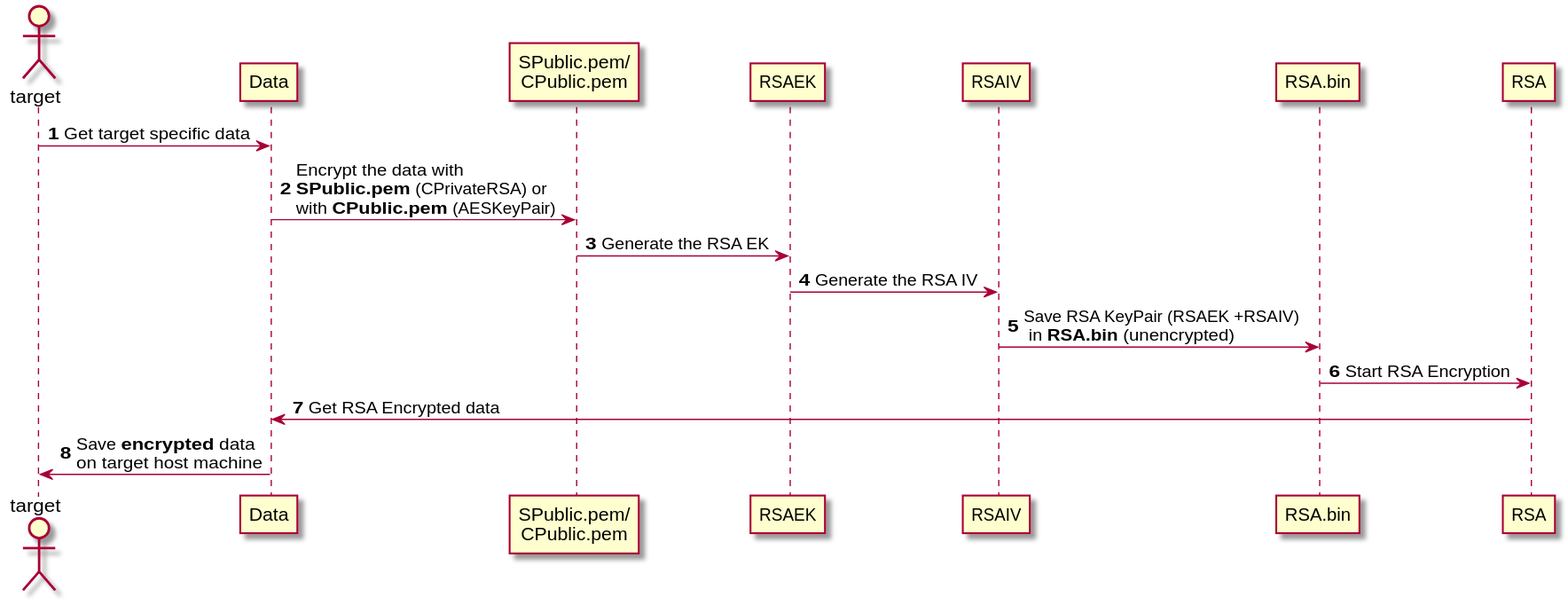
Above: architecture/sequence_diagrams/rsa.svg in bierschi/butterfly (PlantUML), before the change.
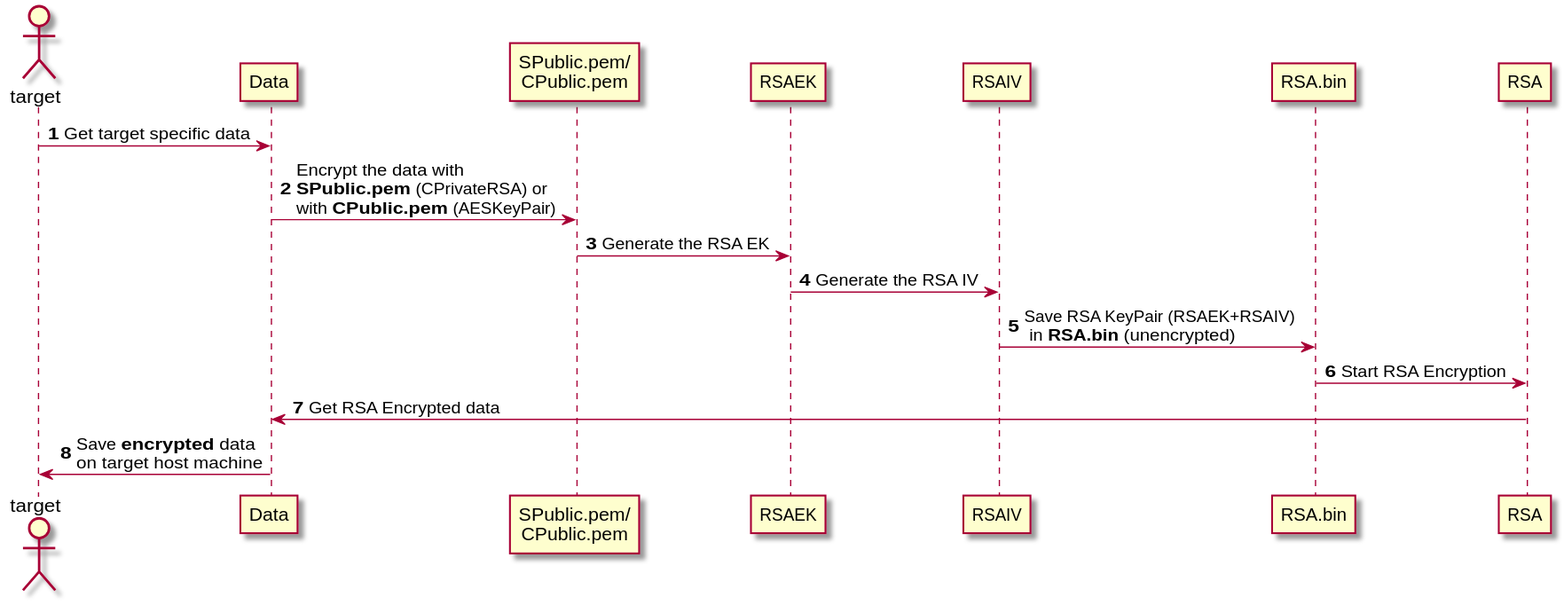
After the commit.

What changed in the source:
```diff
@@ -13,7 +13,7 @@
 Data -> SPublic.pem: Encrypt the data with \n**SPublic.pem** (CPrivateRSA) or \nwith **CPublic.pem** (AESKeyPair)
 SPublic.pem -> RSAEK: Generate the RSA EK
 RSAEK -> RSAIV: Generate the RSA IV
-RSAIV -> RSA.bin: Save RSA KeyPair (RSAEK +RSAIV)\n in **RSA.bin** (unencrypted)
+RSAIV -> RSA.bin: Save RSA KeyPair (RSAEK+RSAIV)\n in **RSA.bin** (unencrypted)
 RSA.bin -> RSA: Start RSA Encryption
 RSA -> Data: Get RSA Encrypted data
 Data -> target: Save **encrypted** data\non target host machine
```
